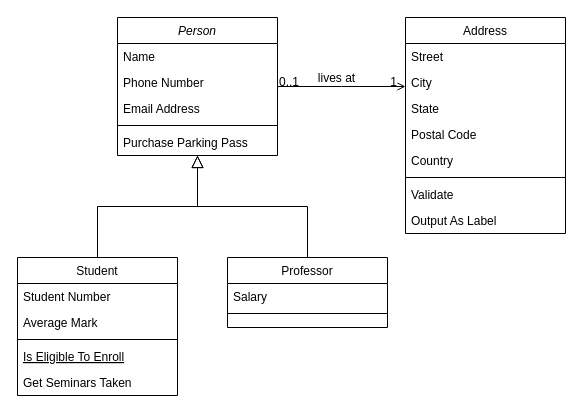
Above: system_design_DB.drawio in JZane21/Framework-for-system-design-interviews (draw.io), before the change. Source tidied: cells renumbered, new cells numbered last; positions are measured from the earlier drawing's top-left corner, leaving out a move shared by most shapes. Both pictures are drawn from the tidied source at 100%, with x=0, y=0 at pixel (17, 17).
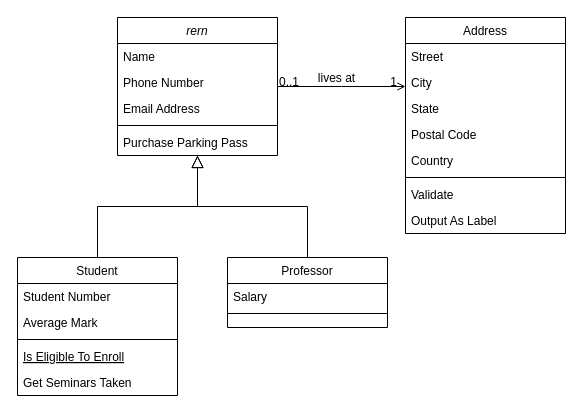
The same diagram, later.

What changed in the source:
```diff
@@
-    <mxCell id="2" value="Person" style="swimlane;fontStyle=2;align=center;verticalAlign=top;horizontal=1;startSize=26;rounded=0;shadow=0;strokeWidth=1;" parent="1" vertex="1">
+    <mxCell id="2" value="rern" style="swimlane;fontStyle=2;align=center;verticalAlign=top;horizontal=1;startSize=26;rounded=0;shadow=0;strokeWidth=1;" parent="1" vertex="1">
       <mxGeometry x="100" width="160" height="138" as="geometry" />
     </mxCell>
```
